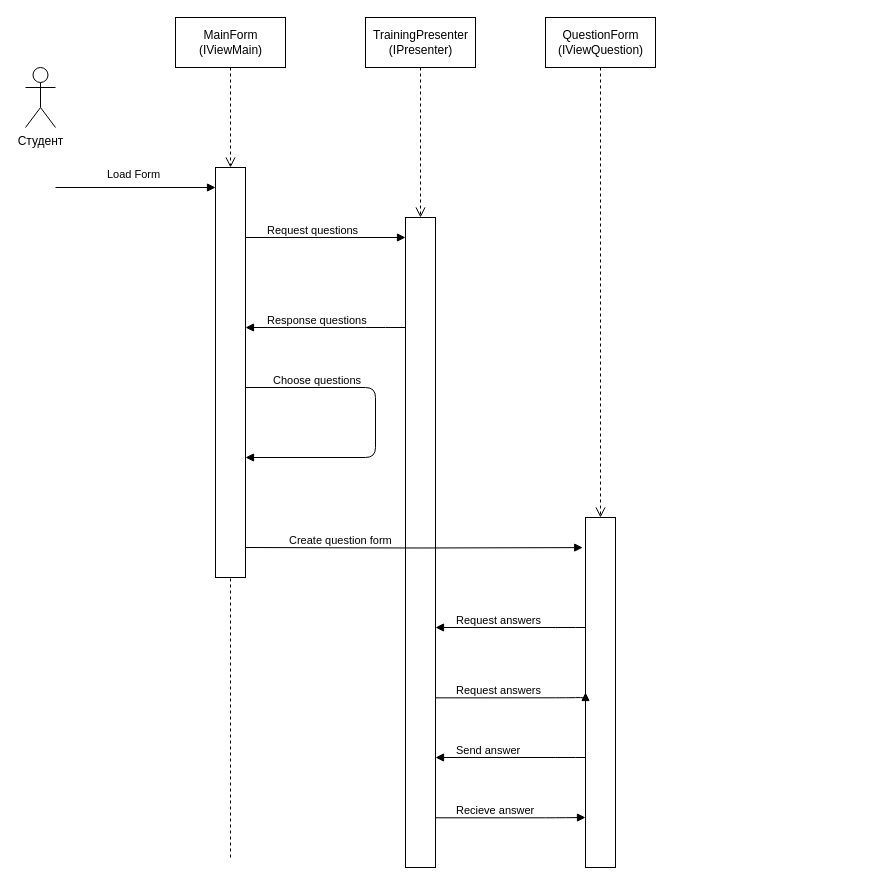
Earlier version of the draw.io diagram sequenceDiagram.drawio (Vladoffz/MMTSD). Source tidied: cells renumbered, new cells numbered last; positions are measured from the earlier drawing's top-left corner, leaving out a move shared by most shapes. Both pictures are drawn from the tidied source at 100%, with x=0, y=0 at pixel (25, 17).
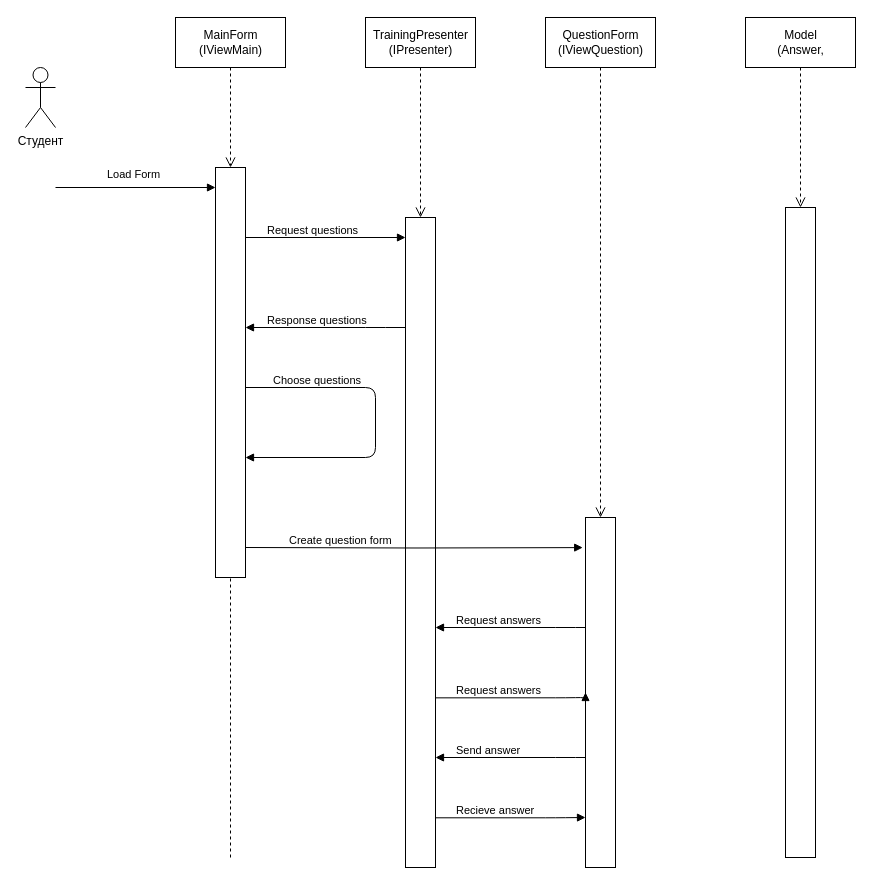
After the change.

Change to the diagram source:
```diff
@@
+    <mxCell id="31" value="Model&lt;br&gt;(Answer," style="html=1;" parent="1" vertex="1">
+      <mxGeometry x="720" width="110" height="50" as="geometry" />
+    </mxCell>
+    <mxCell id="32" style="html=1;" parent="1" vertex="1">
+      <mxGeometry x="760" y="190" width="30" height="650" as="geometry" />
+    </mxCell>
+    <mxCell id="33" style="html=1;verticalAlign=bottom;endArrow=open;dashed=1;endSize=8;" parent="1" edge="1" source="31" target="32">
+      <mxGeometry relative="1" as="geometry" />
+    </mxCell>
```
